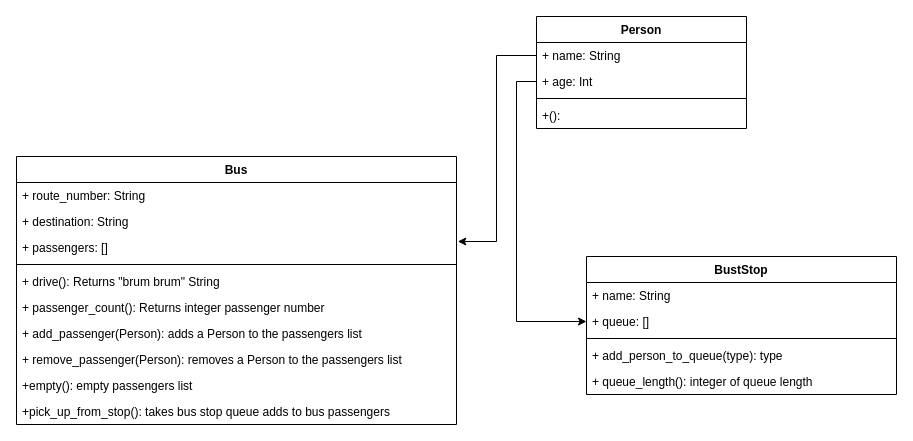
Earlier version of the draw.io diagram bus_lab_start_code/buses_multiple_classes_UML.drawio (randomlyalex-codeclan/multiple_classes_lab). Source tidied: cells renumbered, new cells numbered last; positions are measured from the earlier drawing's top-left corner, leaving out a move shared by most shapes. Both pictures are drawn from the tidied source at 100%, with x=0, y=0 at pixel (16, 16).
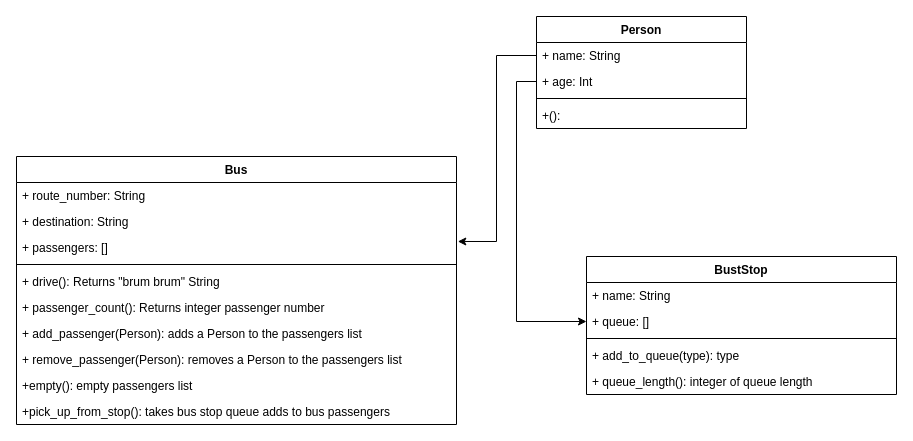
After the change.

Commit message:
BusStop UML updated

The change refers to these unchanged cells:
```xml
<mxCell id="19" value="BustStop" style="swimlane;fontStyle=1;align=center;verticalAlign=top;horizontal=1;startSize=26;" parent="1" vertex="1">
  <mxGeometry x="570" y="240" width="310" height="138" as="geometry" />
</mxCell>
```

What changed in the source:
```diff
@@
-    <mxCell id="23" value="+ add_person_to_queue(type): type" style="text;strokeColor=none;fillColor=none;align=left;verticalAlign=top;spacingLeft=4;spacingRight=4;overflow=hidden;" parent="19" vertex="1">
+    <mxCell id="23" value="+ add_to_queue(type): type" style="text;strokeColor=none;fillColor=none;align=left;verticalAlign=top;spacingLeft=4;spacingRight=4;overflow=hidden;" parent="19" vertex="1">
       <mxGeometry y="86" width="310" height="26" as="geometry" />
     </mxCell>
```
